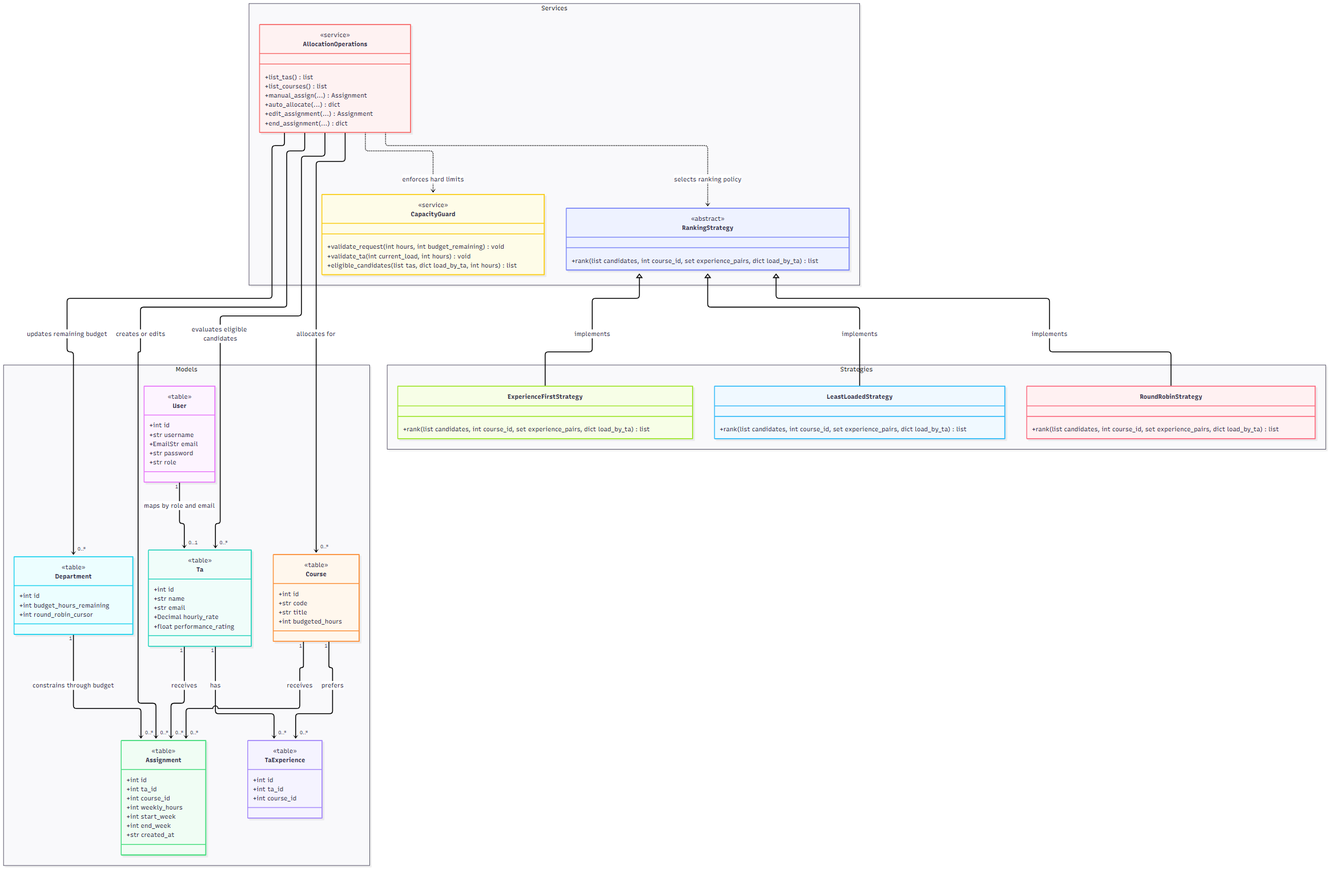
Above: docs/Class Diagram.png in Camcoon/Open-Ai-Developers (Mermaid), before the change. Its source is kept beside it as docs/Class Diagram.mmd.
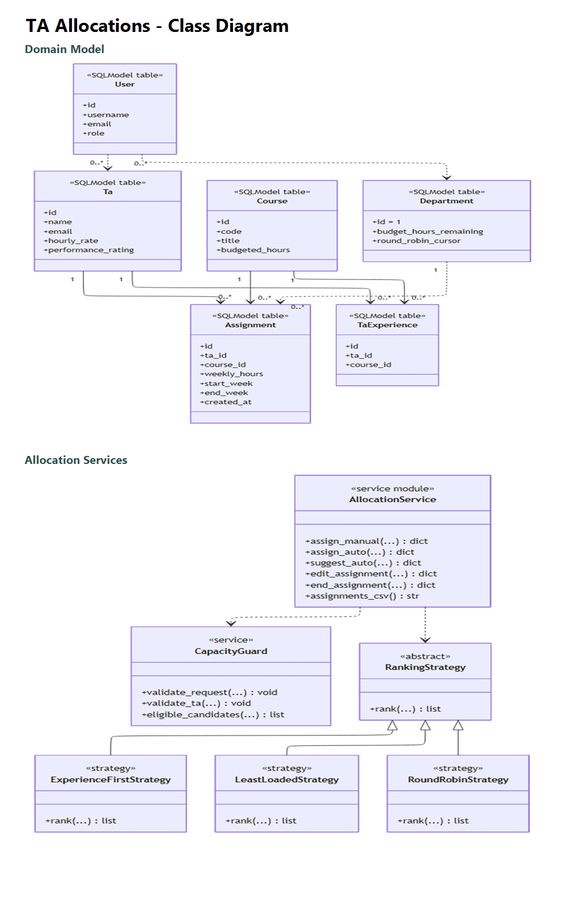
Later version of the same file.

Commit message:
Final class diagram

Change to the diagram source:
```diff
@@ -1,112 +1,114 @@
+%%{init: {"layout": "elk", "themeVariables": {"fontSize": "11px"}}}%%
 classDiagram
     direction TB
 
-    namespace Models {
-        class User {
-            <<table>>
-            +int id
-            +str username
-            +EmailStr email
-            +str password
-            +str role
-        }
-
-        class Ta {
-            <<table>>
-            +int id
-            +str name
-            +str email
-            +Decimal hourly_rate
-            +float performance_rating
-        }
-
-        class Course {
-            <<table>>
-            +int id
-            +str code
-            +str title
-            +int budgeted_hours
-        }
-
-        class Department {
-            <<table>>
-            +int id
-            +int budget_hours_remaining
-            +int round_robin_cursor
-        }
-
-        class Assignment {
-            <<table>>
-            +int id
-            +int ta_id
-            +int course_id
-            +int weekly_hours
-            +int start_week
-            +int end_week
-            +str created_at
-        }
-
-        class TaExperience {
-            <<table>>
-            +int id
-            +int ta_id
-            +int course_id
-        }
+    class User {
+        <<SQLModel table>>
+        +int id
+        +str username
+        +EmailStr email
+        +str password
+        +str role
+        <<HOD, Deputy, TA>>
     }
 
-    namespace Services {
-        class AllocationOperations {
-            <<service>>
-            +list_tas() list
-            +list_courses() list
-            +manual_assign(...) Assignment
-            +auto_allocate(...) dict
-            +edit_assignment(...) Assignment
-            +end_assignment(...) dict
-        }
-
-        class CapacityGuard {
-            <<service>>
-            +validate_request(int hours, int budget_remaining) void
-            +validate_ta(int current_load, int hours) void
-            +eligible_candidates(list tas, dict load_by_ta, int hours) list
-        }
-
-        class RankingStrategy {
-            <<abstract>>
-            +rank(list candidates, int course_id, set experience_pairs, dict load_by_ta) list
-        }
+    class Ta {
+        <<SQLModel table>>
+        +int id
+        +str name
+        +str email
+        +Decimal hourly_rate
+        +float performance_rating
     }
 
-    namespace Strategies {
-        class ExperienceFirstStrategy {
-            +rank(list candidates, int course_id, set experience_pairs, dict load_by_ta) list
-        }
-
-        class LeastLoadedStrategy {
-            +rank(list candidates, int course_id, set experience_pairs, dict load_by_ta) list
-        }
-
-        class RoundRobinStrategy {
-            +rank(list candidates, int course_id, set experience_pairs, dict load_by_ta) list
-        }
+    class Course {
+        <<SQLModel table>>
+        +int id
+        +str code
+        +str title
+        +int budgeted_hours
     }
 
-    User "1" --> "0..1" Ta : maps by role and email
-    Ta "1" --> "0..*" Assignment : receives
-    Course "1" --> "0..*" Assignment : receives
-    Department "1" --> "0..*" Assignment : constrains through budget
+    class Department {
+        <<SQLModel table>>
+        +int id = 1
+        +int budget_hours_remaining
+        +int round_robin_cursor
+    }
 
-    Ta "1" --> "0..*" TaExperience : has
-    Course "1" --> "0..*" TaExperience : prefers
+    class Assignment {
+        <<SQLModel table>>
+        +int id
+        +int ta_id
+        +int course_id
+        +int weekly_hours
+        +int start_week
+        +int end_week
+        +str created_at
+    }
 
-    AllocationOperations ..> CapacityGuard : enforces hard limits
-    AllocationOperations ..> RankingStrategy : selects ranking policy
-    AllocationOperations --> "0..*" Assignment : creates or edits
-    AllocationOperations --> "0..*" Department : updates remaining budget
-    AllocationOperations --> "0..*" Ta : evaluates eligible candidates
-    AllocationOperations --> "0..*" Course : allocates for
+    class TaExperience {
+        <<SQLModel table>>
+        +int id
+        +int ta_id
+        +int course_id
+    }
 
-    RankingStrategy <|-- ExperienceFirstStrategy : implements
-    RankingStrategy <|-- LeastLoadedStrategy : implements
-    RankingStrategy <|-- RoundRobinStrategy : implements
+    class AllocationService {
+        <<service module>>
+        +assign_manual(...) dict
+        +assign_auto(...) dict
+        +suggest_auto(...) dict
+        +edit_assignment(...) dict
+        +end_assignment(...) dict
+    }
+
+    class CapacityGuard {
+        <<service>>
+        +validate_request(...) void
+        +validate_ta(...) void
+        +eligible_candidates(...) list~dict~
+    }
+
+    class RankingStrategy {
+        <<abstract service>>
+        +rank(candidates, course_id, experience_pairs, load_by_ta) list~dict~
+    }
+
+    class ExperienceFirstStrategy {
+        <<strategy>>
+        +rank(...) list~dict~
+    }
+
+    class LeastLoadedStrategy {
+        <<strategy>>
+        +rank(...) list~dict~
+    }
+
+    class RoundRobinStrategy {
+        <<strategy>>
+        +rank(...) list~dict~
+    }
+
+    Ta "1" --> "0..*" Assignment
+    Course "1" --> "0..*" Assignment
+    Department "1" ..> "0..*" Assignment
+
+    Ta "1" --> "0..*" TaExperience
+    Course "1" --> "0..*" TaExperience
+
+    User "0..*" ..> Ta
+    User "0..*" ..> Department
+
+    AllocationService ..> CapacityGuard
+    AllocationService ..> RankingStrategy
+    AllocationService --> "0..*" Assignment
+    AllocationService --> "1" Department
+    AllocationService --> "0..*" Ta
+    AllocationService --> "0..*" Course
+
+    RankingStrategy <|-- ExperienceFirstStrategy
+    RankingStrategy <|-- LeastLoadedStrategy
+    RankingStrategy <|-- RoundRobinStrategy
+
+    note for User "role values represent HOD, Deputy, and TA access"
```
